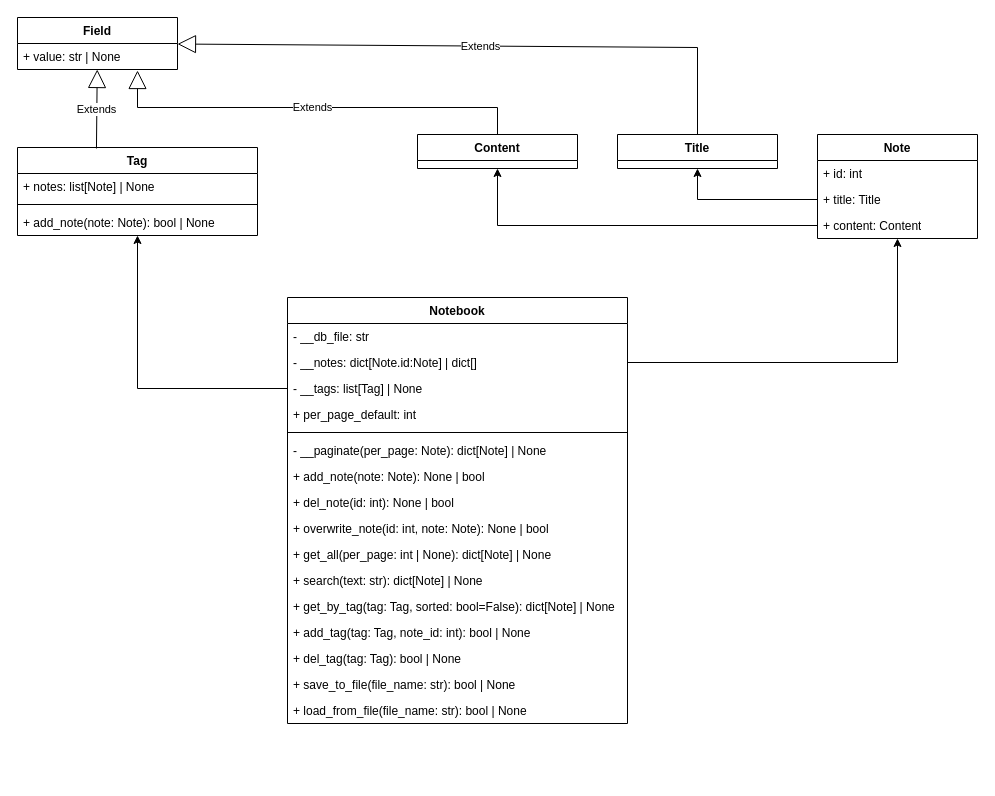
This is The S.O.F.T.drawio from oleverse/uml, a draw.io file, before an edit. Source tidied: cells renumbered, new cells numbered last; positions are measured from the earlier drawing's top-left corner, leaving out a move shared by most shapes. Both pictures are drawn from the tidied source at 100%, with x=0, y=0 at pixel (17, 17).
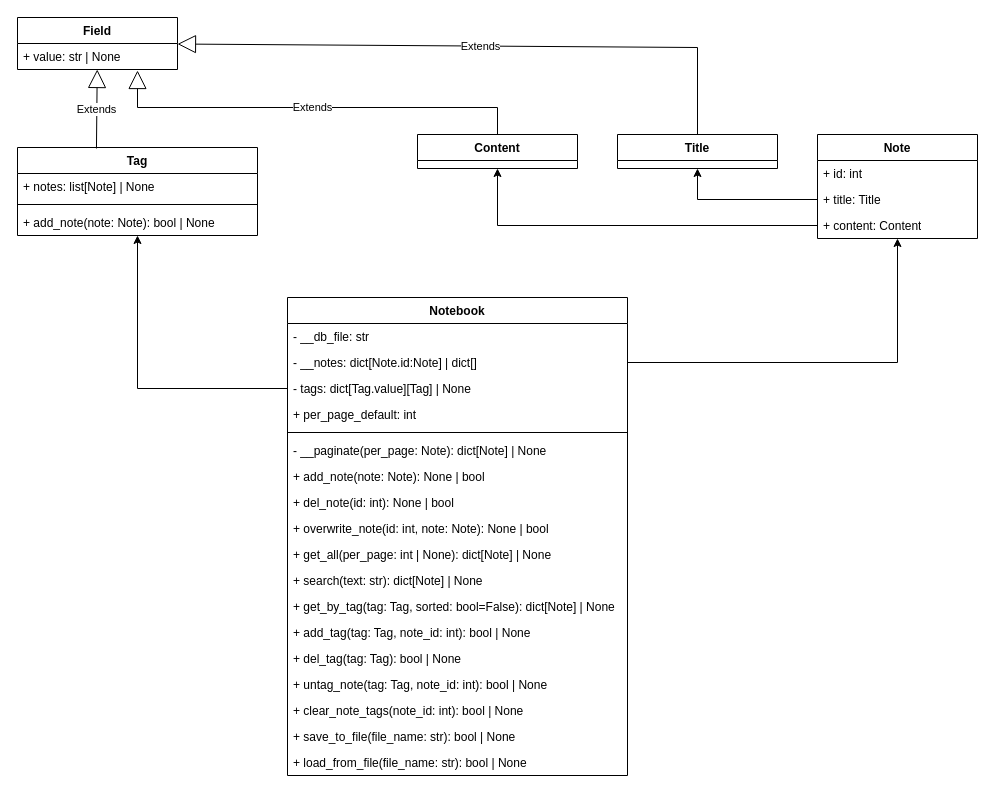
After the change.

The edit, as a diff of the source:
```diff
@@
     <mxCell id="6" value="&lt;div&gt;Notebook&lt;/div&gt;" style="swimlane;fontStyle=1;align=center;verticalAlign=top;horizontal=1;startSize=26;whiteSpace=wrap;html=1;" parent="1" vertex="1">
-      <mxGeometry x="270" y="280" width="340" height="426" as="geometry" />
+      <mxGeometry x="270" y="280" width="340" height="478" as="geometry" />
     </mxCell>
@@
-    <mxCell id="9" value="&lt;div&gt;- __tags: list[Tag] | None&lt;br&gt;&lt;/div&gt;" style="text;strokeColor=none;fillColor=none;align=left;verticalAlign=top;spacingLeft=4;spacingRight=4;overflow=hidden;points=[[0,0.5],[1,0.5]];portConstraint=eastwest;whiteSpace=wrap;html=1;" parent="6" vertex="1">
+    <mxCell id="9" value="&lt;div&gt;- tags: dict[Tag.value][Tag] | None&lt;br&gt;&lt;/div&gt;" style="text;strokeColor=none;fillColor=none;align=left;verticalAlign=top;spacingLeft=4;spacingRight=4;overflow=hidden;points=[[0,0.5],[1,0.5]];portConstraint=eastwest;whiteSpace=wrap;html=1;" parent="6" vertex="1">
       <mxGeometry y="78" width="340" height="26" as="geometry" />
     </mxCell>
@@
+    <mxCell id="38" value="+ add_tag(tag: Tag, note_id: int): bool | None" style="text;strokeColor=none;fillColor=none;align=left;verticalAlign=top;spacingLeft=4;spacingRight=4;overflow=hidden;whiteSpace=wrap;html=1;" parent="6" vertex="1">
+      <mxGeometry y="322" width="340" height="26" as="geometry" />
+    </mxCell>
+    <mxCell id="20" value="+ del_tag(tag: Tag): bool | None" style="text;strokeColor=none;fillColor=none;align=left;verticalAlign=top;spacingLeft=4;spacingRight=4;overflow=hidden;whiteSpace=wrap;html=1;" parent="6" vertex="1">
+      <mxGeometry y="348" width="340" height="26" as="geometry" />
+    </mxCell>
-    <mxCell id="19" value="+ add_tag(tag: Tag, note_id: int): bool | None" style="text;strokeColor=none;fillColor=none;align=left;verticalAlign=top;spacingLeft=4;spacingRight=4;overflow=hidden;whiteSpace=wrap;html=1;" parent="6" vertex="1">
-      <mxGeometry y="322" width="340" height="26" as="geometry" />
+    <mxCell id="19" value="+ untag_note(tag: Tag, note_id: int): bool | None" style="text;strokeColor=none;fillColor=none;align=left;verticalAlign=top;spacingLeft=4;spacingRight=4;overflow=hidden;whiteSpace=wrap;html=1;" parent="6" vertex="1">
+      <mxGeometry y="374" width="340" height="26" as="geometry" />
     </mxCell>
-    <mxCell id="20" value="+ del_tag(tag: Tag): bool | None" style="text;strokeColor=none;fillColor=none;align=left;verticalAlign=top;spacingLeft=4;spacingRight=4;overflow=hidden;whiteSpace=wrap;html=1;" parent="6" vertex="1">
-      <mxGeometry y="348" width="340" height="26" as="geometry" />
-    </mxCell>
+    <mxCell id="39" value="+ clear_note_tags(note_id: int): bool | None" style="text;strokeColor=none;fillColor=none;align=left;verticalAlign=top;spacingLeft=4;spacingRight=4;overflow=hidden;whiteSpace=wrap;html=1;" parent="6" vertex="1">
+      <mxGeometry y="400" width="340" height="26" as="geometry" />
+    </mxCell>
     <mxCell id="21" value="+ save_to_file(file_name: str): bool | None" style="text;strokeColor=none;fillColor=none;align=left;verticalAlign=top;spacingLeft=4;spacingRight=4;overflow=hidden;whiteSpace=wrap;html=1;" parent="6" vertex="1">
-      <mxGeometry y="374" width="340" height="26" as="geometry" />
+      <mxGeometry y="426" width="340" height="26" as="geometry" />
     </mxCell>
     <mxCell id="22" value="+ load_from_file(file_name: str): bool | None" style="text;strokeColor=none;fillColor=none;align=left;verticalAlign=top;spacingLeft=4;spacingRight=4;overflow=hidden;whiteSpace=wrap;html=1;" parent="6" vertex="1">
-      <mxGeometry y="400" width="340" height="26" as="geometry" />
+      <mxGeometry y="452" width="340" height="26" as="geometry" />
     </mxCell>
```
